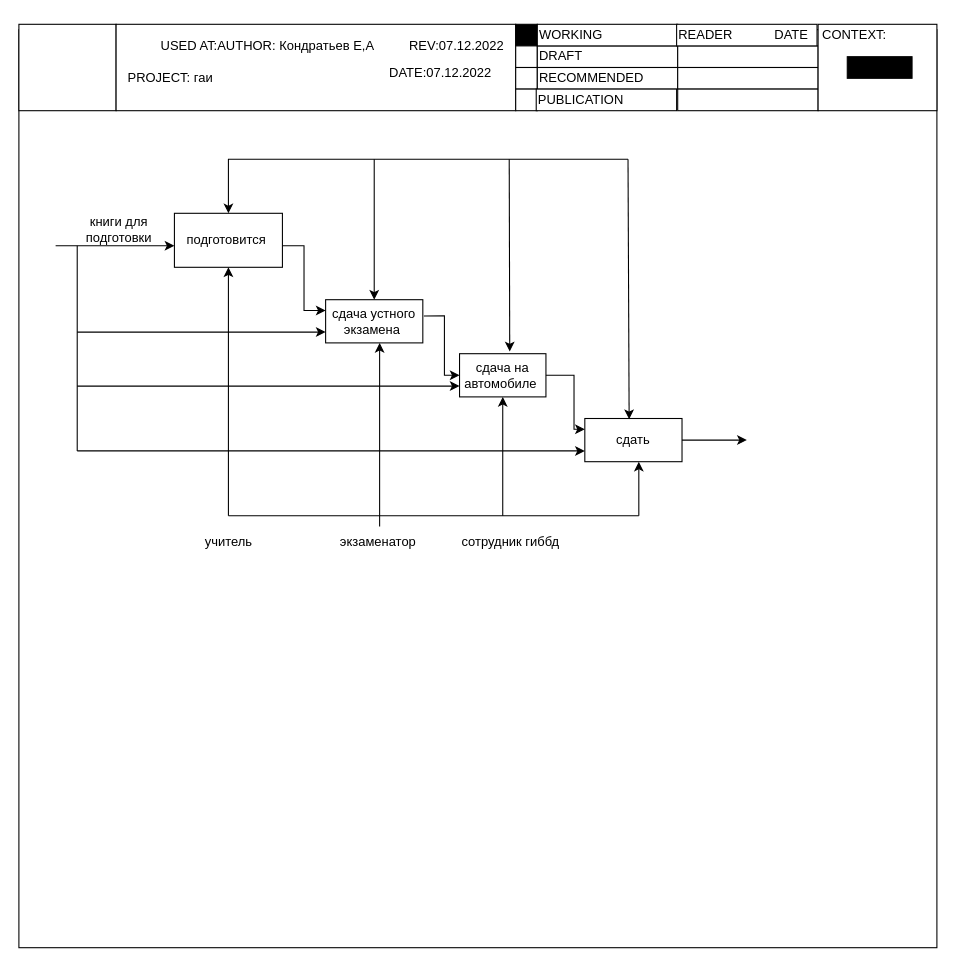
Ev0or/dontTouch keeps this draw.io diagram as page "Страница 2" (2 of 3) of Диаграз названия.drawio. Above is the earlier version. Source tidied: cells renumbered, new cells numbered last; positions are measured from the earlier drawing's top-left corner, leaving out a move shared by most shapes. Both pictures are drawn from the tidied source at 108%, with x=0, y=0 at pixel (18, 18).
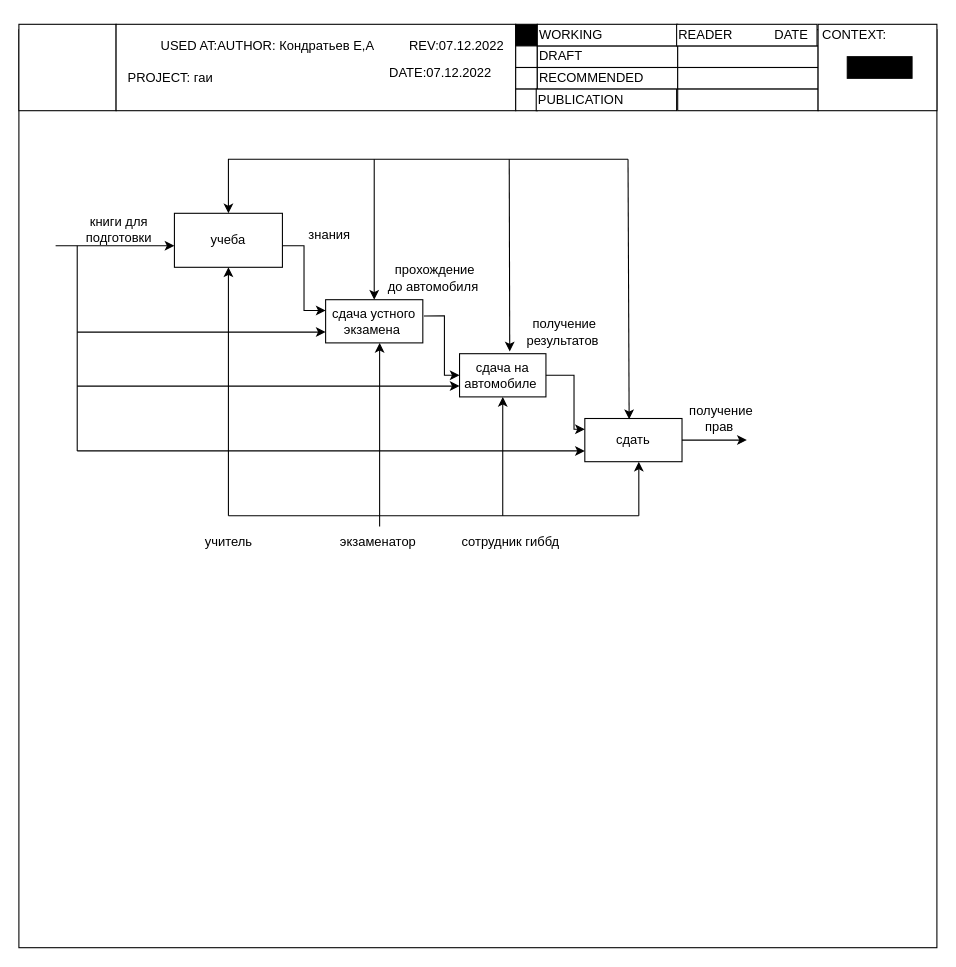
After the change.

What changed in the source:
```diff
@@
-    <mxCell id="26" value="подготовится&amp;nbsp;" style="rounded=0;whiteSpace=wrap;html=1;" parent="1" vertex="1">
+    <mxCell id="26" value="учеба" style="rounded=0;whiteSpace=wrap;html=1;" parent="1" vertex="1">
       <mxGeometry x="144" y="180" width="100" height="50" as="geometry" />
     </mxCell>
@@
+    <mxCell id="52" value="знания&amp;nbsp;" style="text;html=1;align=center;verticalAlign=middle;strokeColor=none;fillColor=none;" parent="1" vertex="1">
+      <mxGeometry x="254" y="185" width="70" height="30" as="geometry" />
+    </mxCell>
+    <mxCell id="53" value="прохождение &lt;br&gt;до автомобиля&amp;nbsp;" style="text;html=1;align=center;verticalAlign=middle;strokeColor=none;fillColor=none;" parent="1" vertex="1">
+      <mxGeometry x="330" y="220" width="110" height="40" as="geometry" />
+    </mxCell>
+    <mxCell id="54" value="получение&lt;br&gt;&lt;font&gt;прав&amp;nbsp;&lt;/font&gt;" style="text;html=1;align=center;verticalAlign=middle;strokeColor=none;fillColor=none;" parent="1" vertex="1">
+      <mxGeometry x="610" y="350" width="80" height="40" as="geometry" />
+    </mxCell>
+    <mxCell id="55" value="получение &lt;br&gt;результатов&amp;nbsp;" style="text;html=1;align=center;verticalAlign=middle;strokeColor=none;fillColor=none;" parent="1" vertex="1">
+      <mxGeometry x="460" y="270" width="90" height="40" as="geometry" />
+    </mxCell>
```
